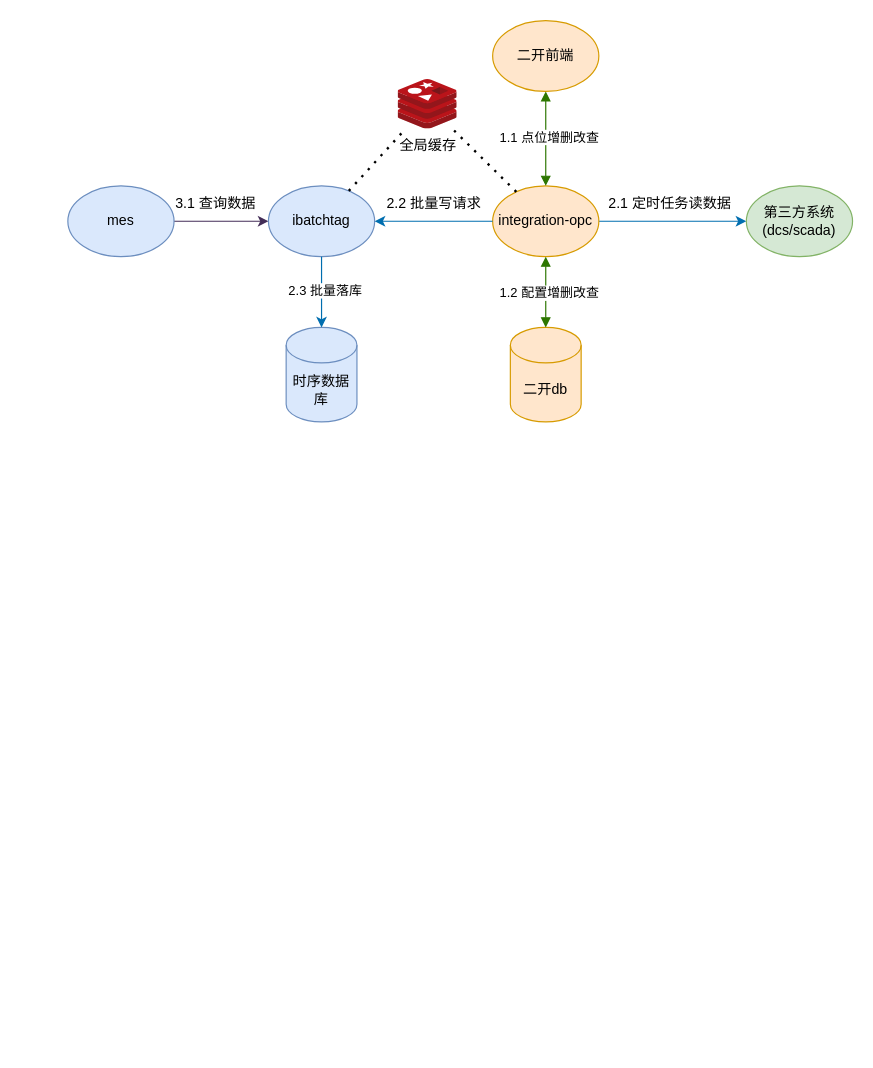
Earlier version of the draw.io diagram page "opc运行链路" (2 of 2) of mes/第三方api本地缓存.drawio (FreshCabbage666/drawio). Source tidied: cells renumbered, new cells numbered last; positions are measured from the earlier drawing's top-left corner, leaving out a move shared by most shapes. Both pictures are drawn from the tidied source at 118%, with x=0, y=0 at pixel (67, 20).
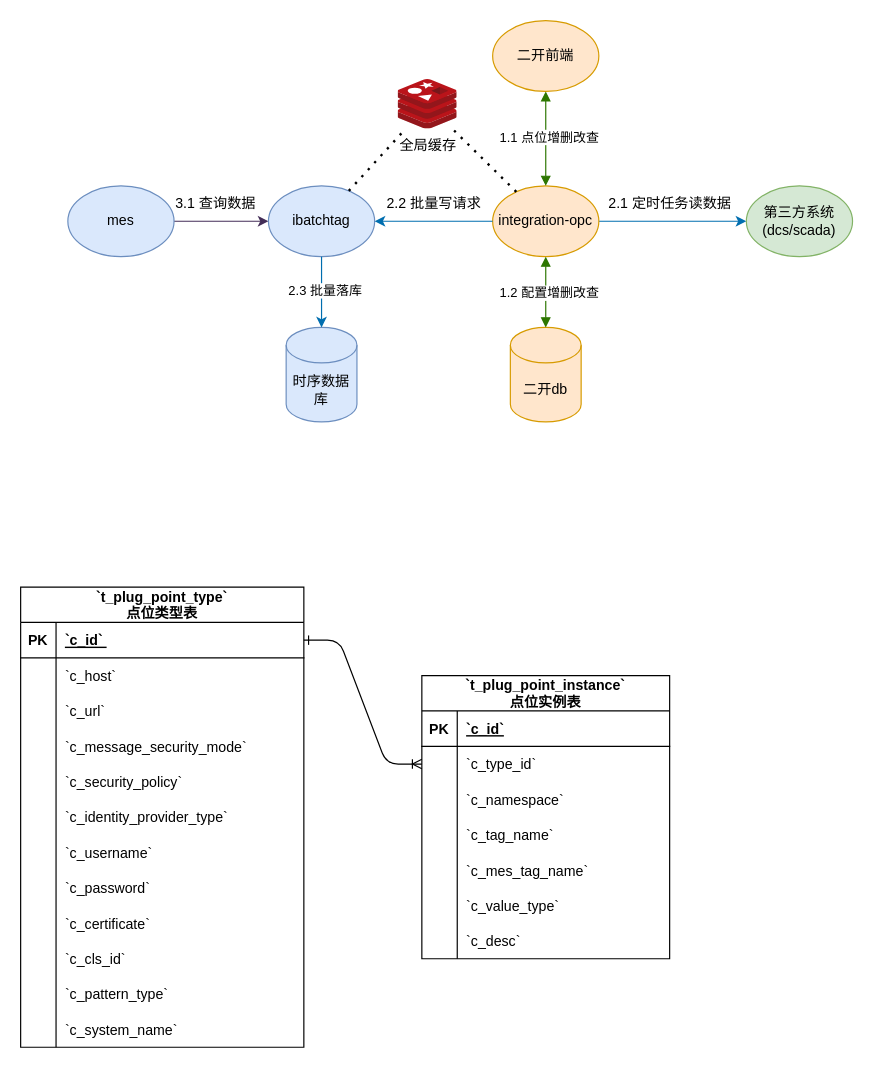
Above is the later version.

Commit message:
更新第三方api本地缓存.drawio

The edit, as a diff of the source:
```diff
@@
+    <mxCell id="24" value="`t_plug_point_type`&#10;点位类型表" style="shape=table;startSize=30;childLayout=tableLayout;rowLines=0;fontStyle=1;align=center;" parent="1" vertex="1">
+      <mxGeometry x="-40" y="480" width="240" height="390" as="geometry" />
+    </mxCell>
+    <mxCell id="25" style="shape=tableRow;horizontal=0;startSize=0;swimlaneHead=0;swimlaneBody=0;fillColor=none;points=[[0,0.5],[1,0.5]];portConstraint=eastwest;strokeColor=inherit;top=0;left=0;right=0;bottom=1;" parent="24" vertex="1">
+      <mxGeometry y="30" width="240" height="30" as="geometry" />
+    </mxCell>
+    <mxCell id="26" value="PK" style="shape=partialRectangle;overflow=hidden;fillColor=none;strokeColor=inherit;top=0;left=0;bottom=0;right=0;fontStyle=1;" parent="25" vertex="1">
+      <mxGeometry width="30" height="30" as="geometry" />
+    </mxCell>
+    <mxCell id="27" value="`c_id` " style="shape=partialRectangle;overflow=hidden;fillColor=none;align=left;strokeColor=inherit;top=0;left=0;bottom=0;right=0;spacingLeft=6;fontStyle=5;" parent="25" vertex="1">
+      <mxGeometry x="30" width="210" height="30" as="geometry" />
+    </mxCell>
+    <mxCell id="28" style="shape=tableRow;horizontal=0;startSize=0;swimlaneHead=0;swimlaneBody=0;fillColor=none;strokeColor=inherit;top=0;left=0;right=0;bottom=0;" parent="24" vertex="1">
+      <mxGeometry y="60" width="240" height="30" as="geometry" />
+    </mxCell>
+    <mxCell id="29" style="shape=partialRectangle;overflow=hidden;fillColor=none;strokeColor=inherit;top=0;left=0;bottom=0;right=0;" parent="28" vertex="1">
+      <mxGeometry width="30" height="30" as="geometry" />
+    </mxCell>
+    <mxCell id="30" value="`c_host`" style="shape=partialRectangle;overflow=hidden;fillColor=none;align=left;strokeColor=inherit;top=0;left=0;bottom=0;right=0;spacingLeft=6;" parent="28" vertex="1">
+      <mxGeometry x="30" width="210" height="30" as="geometry" />
+    </mxCell>
+    <mxCell id="31" style="shape=tableRow;horizontal=0;startSize=0;swimlaneHead=0;swimlaneBody=0;fillColor=none;strokeColor=inherit;top=0;left=0;right=0;bottom=0;" parent="24" vertex="1">
+      <mxGeometry y="90" width="240" height="30" as="geometry" />
+    </mxCell>
+    <mxCell id="32" style="shape=partialRectangle;overflow=hidden;fillColor=none;strokeColor=inherit;top=0;left=0;bottom=0;right=0;" parent="31" vertex="1">
+      <mxGeometry width="30" height="30" as="geometry" />
+    </mxCell>
+    <mxCell id="33" value="`c_url` " style="shape=partialRectangle;overflow=hidden;fillColor=none;align=left;strokeColor=inherit;top=0;left=0;bottom=0;right=0;spacingLeft=6;" parent="31" vertex="1">
+      <mxGeometry x="30" width="210" height="30" as="geometry" />
+    </mxCell>
+    <mxCell id="34" style="shape=tableRow;horizontal=0;startSize=0;swimlaneHead=0;swimlaneBody=0;fillColor=none;strokeColor=inherit;top=0;left=0;right=0;bottom=0;" parent="24" vertex="1">
+      <mxGeometry y="120" width="240" height="30" as="geometry" />
+    </mxCell>
+    <mxCell id="35" style="shape=partialRectangle;overflow=hidden;fillColor=none;strokeColor=inherit;top=0;left=0;bottom=0;right=0;" parent="34" vertex="1">
+      <mxGeometry width="30" height="30" as="geometry" />
+    </mxCell>
+    <mxCell id="36" value="`c_message_security_mode` " style="shape=partialRectangle;overflow=hidden;fillColor=none;align=left;strokeColor=inherit;top=0;left=0;bottom=0;right=0;spacingLeft=6;" parent="34" vertex="1">
+      <mxGeometry x="30" width="210" height="30" as="geometry" />
+    </mxCell>
+    <mxCell id="37" style="shape=tableRow;horizontal=0;startSize=0;swimlaneHead=0;swimlaneBody=0;fillColor=none;strokeColor=inherit;top=0;left=0;right=0;bottom=0;" parent="24" vertex="1">
+      <mxGeometry y="150" width="240" height="30" as="geometry" />
+    </mxCell>
+    <mxCell id="38" style="shape=partialRectangle;overflow=hidden;fillColor=none;strokeColor=inherit;top=0;left=0;bottom=0;right=0;" parent="37" vertex="1">
+      <mxGeometry width="30" height="30" as="geometry" />
+    </mxCell>
+    <mxCell id="39" value="`c_security_policy` " style="shape=partialRectangle;overflow=hidden;fillColor=none;align=left;strokeColor=inherit;top=0;left=0;bottom=0;right=0;spacingLeft=6;" parent="37" vertex="1">
+      <mxGeometry x="30" width="210" height="30" as="geometry" />
+    </mxCell>
+    <mxCell id="40" style="shape=tableRow;horizontal=0;startSize=0;swimlaneHead=0;swimlaneBody=0;fillColor=none;strokeColor=inherit;top=0;left=0;right=0;bottom=0;" parent="24" vertex="1">
+      <mxGeometry y="180" width="240" height="30" as="geometry" />
+    </mxCell>
+    <mxCell id="41" style="shape=partialRectangle;overflow=hidden;fillColor=none;strokeColor=inherit;top=0;left=0;bottom=0;right=0;" parent="40" vertex="1">
+      <mxGeometry width="30" height="30" as="geometry" />
+    </mxCell>
+    <mxCell id="42" value="`c_identity_provider_type` " style="shape=partialRectangle;overflow=hidden;fillColor=none;align=left;strokeColor=inherit;top=0;left=0;bottom=0;right=0;spacingLeft=6;" parent="40" vertex="1">
+      <mxGeometry x="30" width="210" height="30" as="geometry" />
+    </mxCell>
+    <mxCell id="43" style="shape=tableRow;horizontal=0;startSize=0;swimlaneHead=0;swimlaneBody=0;fillColor=none;strokeColor=inherit;top=0;left=0;right=0;bottom=0;" parent="24" vertex="1">
+      <mxGeometry y="210" width="240" height="30" as="geometry" />
+    </mxCell>
+    <mxCell id="44" style="shape=partialRectangle;overflow=hidden;fillColor=none;strokeColor=inherit;top=0;left=0;bottom=0;right=0;" parent="43" vertex="1">
+      <mxGeometry width="30" height="30" as="geometry" />
+    </mxCell>
+    <mxCell id="45" value="`c_username` " style="shape=partialRectangle;overflow=hidden;fillColor=none;align=left;strokeColor=inherit;top=0;left=0;bottom=0;right=0;spacingLeft=6;" parent="43" vertex="1">
+      <mxGeometry x="30" width="210" height="30" as="geometry" />
+    </mxCell>
+    <mxCell id="46" style="shape=tableRow;horizontal=0;startSize=0;swimlaneHead=0;swimlaneBody=0;fillColor=none;strokeColor=inherit;top=0;left=0;right=0;bottom=0;" parent="24" vertex="1">
+      <mxGeometry y="240" width="240" height="30" as="geometry" />
+    </mxCell>
+    <mxCell id="47" style="shape=partialRectangle;overflow=hidden;fillColor=none;strokeColor=inherit;top=0;left=0;bottom=0;right=0;" parent="46" vertex="1">
+      <mxGeometry width="30" height="30" as="geometry" />
+    </mxCell>
+    <mxCell id="48" value="`c_password` " style="shape=partialRectangle;overflow=hidden;fillColor=none;align=left;strokeColor=inherit;top=0;left=0;bottom=0;right=0;spacingLeft=6;" parent="46" vertex="1">
+      <mxGeometry x="30" width="210" height="30" as="geometry" />
+    </mxCell>
+    <mxCell id="49" style="shape=tableRow;horizontal=0;startSize=0;swimlaneHead=0;swimlaneBody=0;fillColor=none;strokeColor=inherit;top=0;left=0;right=0;bottom=0;" parent="24" vertex="1">
+      <mxGeometry y="270" width="240" height="30" as="geometry" />
+    </mxCell>
+    <mxCell id="50" style="shape=partialRectangle;overflow=hidden;fillColor=none;strokeColor=inherit;top=0;left=0;bottom=0;right=0;" parent="49" vertex="1">
+      <mxGeometry width="30" height="30" as="geometry" />
+    </mxCell>
+    <mxCell id="51" value="`c_certificate` " style="shape=partialRectangle;overflow=hidden;fillColor=none;align=left;strokeColor=inherit;top=0;left=0;bottom=0;right=0;spacingLeft=6;" parent="49" vertex="1">
+      <mxGeometry x="30" width="210" height="30" as="geometry" />
+    </mxCell>
+    <mxCell id="52" style="shape=tableRow;horizontal=0;startSize=0;swimlaneHead=0;swimlaneBody=0;fillColor=none;strokeColor=inherit;top=0;left=0;right=0;bottom=0;" parent="24" vertex="1">
+      <mxGeometry y="300" width="240" height="30" as="geometry" />
+    </mxCell>
+    <mxCell id="53" style="shape=partialRectangle;overflow=hidden;fillColor=none;strokeColor=inherit;top=0;left=0;bottom=0;right=0;" parent="52" vertex="1">
+      <mxGeometry width="30" height="30" as="geometry" />
+    </mxCell>
+    <mxCell id="54" value="`c_cls_id` " style="shape=partialRectangle;overflow=hidden;fillColor=none;align=left;strokeColor=inherit;top=0;left=0;bottom=0;right=0;spacingLeft=6;" parent="52" vertex="1">
+      <mxGeometry x="30" width="210" height="30" as="geometry" />
+    </mxCell>
+    <mxCell id="55" style="shape=tableRow;horizontal=0;startSize=0;swimlaneHead=0;swimlaneBody=0;fillColor=none;strokeColor=inherit;top=0;left=0;right=0;bottom=0;" parent="24" vertex="1">
+      <mxGeometry y="330" width="240" height="30" as="geometry" />
+    </mxCell>
+    <mxCell id="56" style="shape=partialRectangle;overflow=hidden;fillColor=none;strokeColor=inherit;top=0;left=0;bottom=0;right=0;" parent="55" vertex="1">
+      <mxGeometry width="30" height="30" as="geometry" />
+    </mxCell>
+    <mxCell id="57" value="`c_pattern_type` " style="shape=partialRectangle;overflow=hidden;fillColor=none;align=left;strokeColor=inherit;top=0;left=0;bottom=0;right=0;spacingLeft=6;" parent="55" vertex="1">
+      <mxGeometry x="30" width="210" height="30" as="geometry" />
+    </mxCell>
+    <mxCell id="58" style="shape=tableRow;horizontal=0;startSize=0;swimlaneHead=0;swimlaneBody=0;fillColor=none;strokeColor=inherit;top=0;left=0;right=0;bottom=0;" parent="24" vertex="1">
+      <mxGeometry y="360" width="240" height="30" as="geometry" />
+    </mxCell>
+    <mxCell id="59" style="shape=partialRectangle;overflow=hidden;fillColor=none;strokeColor=inherit;top=0;left=0;bottom=0;right=0;" parent="58" vertex="1">
+      <mxGeometry width="30" height="30" as="geometry" />
+    </mxCell>
+    <mxCell id="60" value="`c_system_name` " style="shape=partialRectangle;overflow=hidden;fillColor=none;align=left;strokeColor=inherit;top=0;left=0;bottom=0;right=0;spacingLeft=6;" parent="58" vertex="1">
+      <mxGeometry x="30" width="210" height="30" as="geometry" />
+    </mxCell>
+    <mxCell id="61" value="`t_plug_point_instance`&#10;点位实例表" style="shape=table;startSize=30;childLayout=tableLayout;rowLines=0;fontStyle=1;align=center;" parent="1" vertex="1">
+      <mxGeometry x="300" y="555" width="210" height="240" as="geometry" />
+    </mxCell>
+    <mxCell id="62" style="shape=tableRow;horizontal=0;startSize=0;swimlaneHead=0;swimlaneBody=0;fillColor=none;strokeColor=inherit;top=0;left=0;right=0;bottom=1;" parent="61" vertex="1">
+      <mxGeometry y="30" width="210" height="30" as="geometry" />
+    </mxCell>
+    <mxCell id="63" value="PK" style="shape=partialRectangle;overflow=hidden;fillColor=none;strokeColor=inherit;top=0;left=0;bottom=0;right=0;fontStyle=1;" parent="62" vertex="1">
+      <mxGeometry width="30" height="30" as="geometry" />
+    </mxCell>
+    <mxCell id="64" value="`c_id`" style="shape=partialRectangle;overflow=hidden;fillColor=none;align=left;strokeColor=inherit;top=0;left=0;bottom=0;right=0;spacingLeft=6;fontStyle=5;" parent="62" vertex="1">
+      <mxGeometry x="30" width="180" height="30" as="geometry" />
+    </mxCell>
+    <mxCell id="65" style="shape=tableRow;horizontal=0;startSize=0;swimlaneHead=0;swimlaneBody=0;fillColor=none;points=[[0,0.5],[1,0.5]];portConstraint=eastwest;strokeColor=inherit;top=0;left=0;right=0;bottom=0;" parent="61" vertex="1">
+      <mxGeometry y="60" width="210" height="30" as="geometry" />
+    </mxCell>
+    <mxCell id="66" style="shape=partialRectangle;overflow=hidden;fillColor=none;strokeColor=inherit;top=0;left=0;bottom=0;right=0;" parent="65" vertex="1">
+      <mxGeometry width="30" height="30" as="geometry" />
+    </mxCell>
+    <mxCell id="67" value="`c_type_id`" style="shape=partialRectangle;overflow=hidden;fillColor=none;align=left;strokeColor=inherit;top=0;left=0;bottom=0;right=0;spacingLeft=6;" parent="65" vertex="1">
+      <mxGeometry x="30" width="180" height="30" as="geometry" />
+    </mxCell>
+    <mxCell id="68" style="shape=tableRow;horizontal=0;startSize=0;swimlaneHead=0;swimlaneBody=0;fillColor=none;strokeColor=inherit;top=0;left=0;right=0;bottom=0;" parent="61" vertex="1">
+      <mxGeometry y="90" width="210" height="30" as="geometry" />
+    </mxCell>
+    <mxCell id="69" style="shape=partialRectangle;overflow=hidden;fillColor=none;strokeColor=inherit;top=0;left=0;bottom=0;right=0;" parent="68" vertex="1">
+      <mxGeometry width="30" height="30" as="geometry" />
+    </mxCell>
+    <mxCell id="70" value="`c_namespace` " style="shape=partialRectangle;overflow=hidden;fillColor=none;align=left;strokeColor=inherit;top=0;left=0;bottom=0;right=0;spacingLeft=6;" parent="68" vertex="1">
+      <mxGeometry x="30" width="180" height="30" as="geometry" />
+    </mxCell>
+    <mxCell id="71" style="shape=tableRow;horizontal=0;startSize=0;swimlaneHead=0;swimlaneBody=0;fillColor=none;strokeColor=inherit;top=0;left=0;right=0;bottom=0;" parent="61" vertex="1">
+      <mxGeometry y="120" width="210" height="30" as="geometry" />
+    </mxCell>
+    <mxCell id="72" style="shape=partialRectangle;overflow=hidden;fillColor=none;strokeColor=inherit;top=0;left=0;bottom=0;right=0;" parent="71" vertex="1">
+      <mxGeometry width="30" height="30" as="geometry" />
+    </mxCell>
+    <mxCell id="73" value="`c_tag_name` " style="shape=partialRectangle;overflow=hidden;fillColor=none;align=left;strokeColor=inherit;top=0;left=0;bottom=0;right=0;spacingLeft=6;" parent="71" vertex="1">
+      <mxGeometry x="30" width="180" height="30" as="geometry" />
+    </mxCell>
+    <mxCell id="74" style="shape=tableRow;horizontal=0;startSize=0;swimlaneHead=0;swimlaneBody=0;fillColor=none;strokeColor=inherit;top=0;left=0;right=0;bottom=0;" parent="61" vertex="1">
+      <mxGeometry y="150" width="210" height="30" as="geometry" />
+    </mxCell>
+    <mxCell id="75" style="shape=partialRectangle;overflow=hidden;fillColor=none;strokeColor=inherit;top=0;left=0;bottom=0;right=0;" parent="74" vertex="1">
+      <mxGeometry width="30" height="30" as="geometry" />
+    </mxCell>
+    <mxCell id="76" value="`c_mes_tag_name` " style="shape=partialRectangle;overflow=hidden;fillColor=none;align=left;strokeColor=inherit;top=0;left=0;bottom=0;right=0;spacingLeft=6;" parent="74" vertex="1">
+      <mxGeometry x="30" width="180" height="30" as="geometry" />
+    </mxCell>
+    <mxCell id="77" style="shape=tableRow;horizontal=0;startSize=0;swimlaneHead=0;swimlaneBody=0;fillColor=none;strokeColor=inherit;top=0;left=0;right=0;bottom=0;" parent="61" vertex="1">
+      <mxGeometry y="180" width="210" height="30" as="geometry" />
+    </mxCell>
+    <mxCell id="78" style="shape=partialRectangle;overflow=hidden;fillColor=none;strokeColor=inherit;top=0;left=0;bottom=0;right=0;" parent="77" vertex="1">
+      <mxGeometry width="30" height="30" as="geometry" />
+    </mxCell>
+    <mxCell id="79" value="`c_value_type` " style="shape=partialRectangle;overflow=hidden;fillColor=none;align=left;strokeColor=inherit;top=0;left=0;bottom=0;right=0;spacingLeft=6;" parent="77" vertex="1">
+      <mxGeometry x="30" width="180" height="30" as="geometry" />
+    </mxCell>
+    <mxCell id="80" style="shape=tableRow;horizontal=0;startSize=0;swimlaneHead=0;swimlaneBody=0;fillColor=none;strokeColor=inherit;top=0;left=0;right=0;bottom=0;" parent="61" vertex="1">
+      <mxGeometry y="210" width="210" height="30" as="geometry" />
+    </mxCell>
+    <mxCell id="81" style="shape=partialRectangle;overflow=hidden;fillColor=none;strokeColor=inherit;top=0;left=0;bottom=0;right=0;" parent="80" vertex="1">
+      <mxGeometry width="30" height="30" as="geometry" />
+    </mxCell>
+    <mxCell id="82" value="`c_desc` " style="shape=partialRectangle;overflow=hidden;fillColor=none;align=left;strokeColor=inherit;top=0;left=0;bottom=0;right=0;spacingLeft=6;" parent="80" vertex="1">
+      <mxGeometry x="30" width="180" height="30" as="geometry" />
+    </mxCell>
+    <mxCell id="83" style="edgeStyle=entityRelationEdgeStyle;endArrow=ERoneToMany;startArrow=ERone;endFill=0;startFill=0;" parent="1" edge="1" source="25" target="65">
+      <mxGeometry relative="1" as="geometry" />
+    </mxCell>
```
